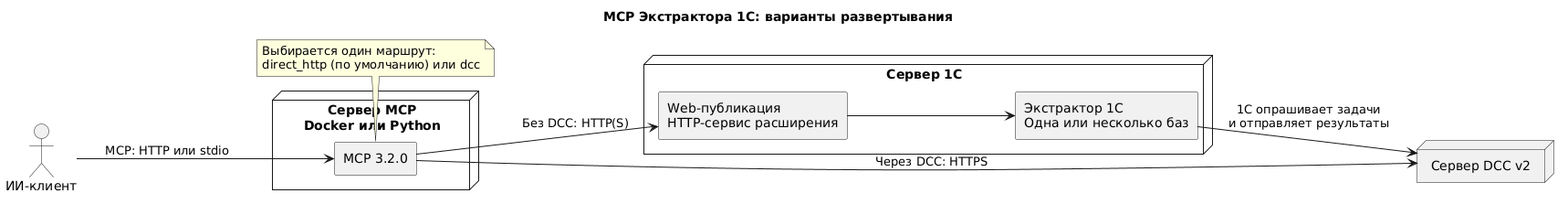
Earlier version of the PlantUML export docs/diagrams/mcp-deployment.png (Denvic-Tech/extractor-mcp-server).
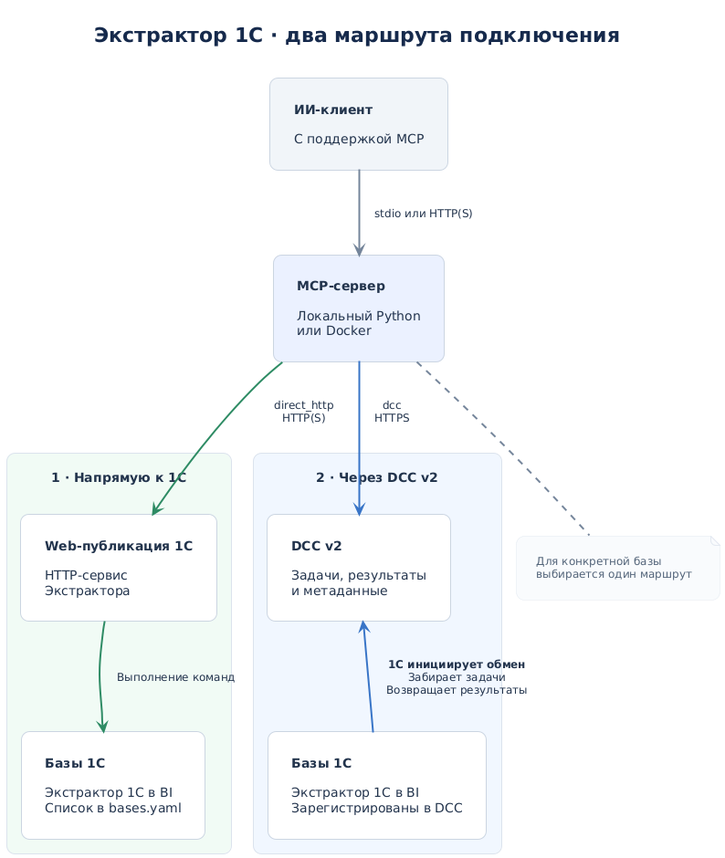
The same diagram one commit later.

The edit, as a diff of the source:
```diff
@@ -1,24 +1,64 @@
 @startuml
-title MCP Экстрактора 1С: варианты развертывания
-left to right direction
+top to bottom direction
+skinparam backgroundColor #FFFFFF
+skinparam defaultFontName SansSerif
+skinparam defaultFontSize 14
+skinparam defaultFontColor #23344D
 skinparam shadowing false
-skinparam componentStyle rectangle
-actor "ИИ-клиент" as AI
-node "Сервер MCP\nDocker или Python" as HOST {
-  component "MCP 3.2.0" as MCP
+skinparam roundcorner 18
+skinparam padding 16
+skinparam nodesep 45
+skinparam ranksep 45
+skinparam ArrowColor #75859A
+skinparam ArrowThickness 2
+skinparam ArrowFontSize 12
+skinparam rectangle {
+  BackgroundColor #F7F9FC
+  BorderColor #CBD5E1
+  BorderThickness 1
 }
-node "Сервер 1С" as ONE {
-  component "Web-публикация\nHTTP-сервис расширения" as WEB
-  component "Экстрактор 1С\nОдна или несколько баз" as EX
+skinparam package {
+  Style rectangle
+  BackgroundColor #FFFFFF
+  BorderColor #DAE2EC
+  BorderThickness 1
+  FontSize 15
+  FontStyle bold
 }
-node "Сервер DCC v2" as DCC
-AI --> MCP : MCP: HTTP или stdio
-MCP --> WEB : Без DCC: HTTP(S)
-WEB --> EX
-MCP --> DCC : Через DCC: HTTPS
-EX --> DCC : 1С опрашивает задачи\nи отправляет результаты
+skinparam note {
+  BackgroundColor #F8FAFC
+  BorderColor #E2E8F0
+  FontColor #536479
+  FontSize 12
+}
+skinparam titleFontSize 22
+skinparam titleFontColor #172B4D
+
+title Экстрактор 1С · два маршрута подключения
+
+rectangle "<b>ИИ-клиент</b>\n\nС поддержкой MCP" as AI #F1F5F9
+rectangle "<b>MCP-сервер</b>\n\nЛокальный Python\nили Docker" as MCP #EAF0FF
+
+package "1 · Напрямую к 1С" as DIRECT #F1FAF5 {
+  rectangle "<b>Web-публикация 1С</b>\n\nHTTP-сервис\nЭкстрактора" as WEB #FFFFFF
+  rectangle "<b>Базы 1С</b>\n\nЭкстрактор 1С в BI\nСписок в bases.yaml" as BASE_HTTP #FFFFFF
+  WEB -[#2E8B64]-> BASE_HTTP : Выполнение команд
+}
+
+package "2 · Через DCC v2" as RELAY #F0F6FF {
+  rectangle "<b>DCC v2</b>\n\nЗадачи, результаты\nи метаданные" as DCC #FFFFFF
+  rectangle "<b>Базы 1С</b>\n\nЭкстрактор 1С в BI\nЗарегистрированы в DCC" as BASE_DCC #FFFFFF
+  DCC -[hidden]down-> BASE_DCC
+  BASE_DCC -[#3975C6,norank]-> DCC : <b>1С инициирует обмен</b>\nЗабирает задачи\nВозвращает результаты
+}
+
+AI --> MCP : stdio или HTTP(S)
+MCP -[#2E8B64]-> WEB : direct_http\nHTTP(S)
+MCP -[#3975C6]-> DCC : dcc\nHTTPS
+WEB -[hidden]right-> DCC
+
 note bottom of MCP
-  Выбирается один маршрут:
-  direct_http (по умолчанию) или dcc
+  Для конкретной базы
+  выбирается один маршрут
 end note
 @enduml
```
